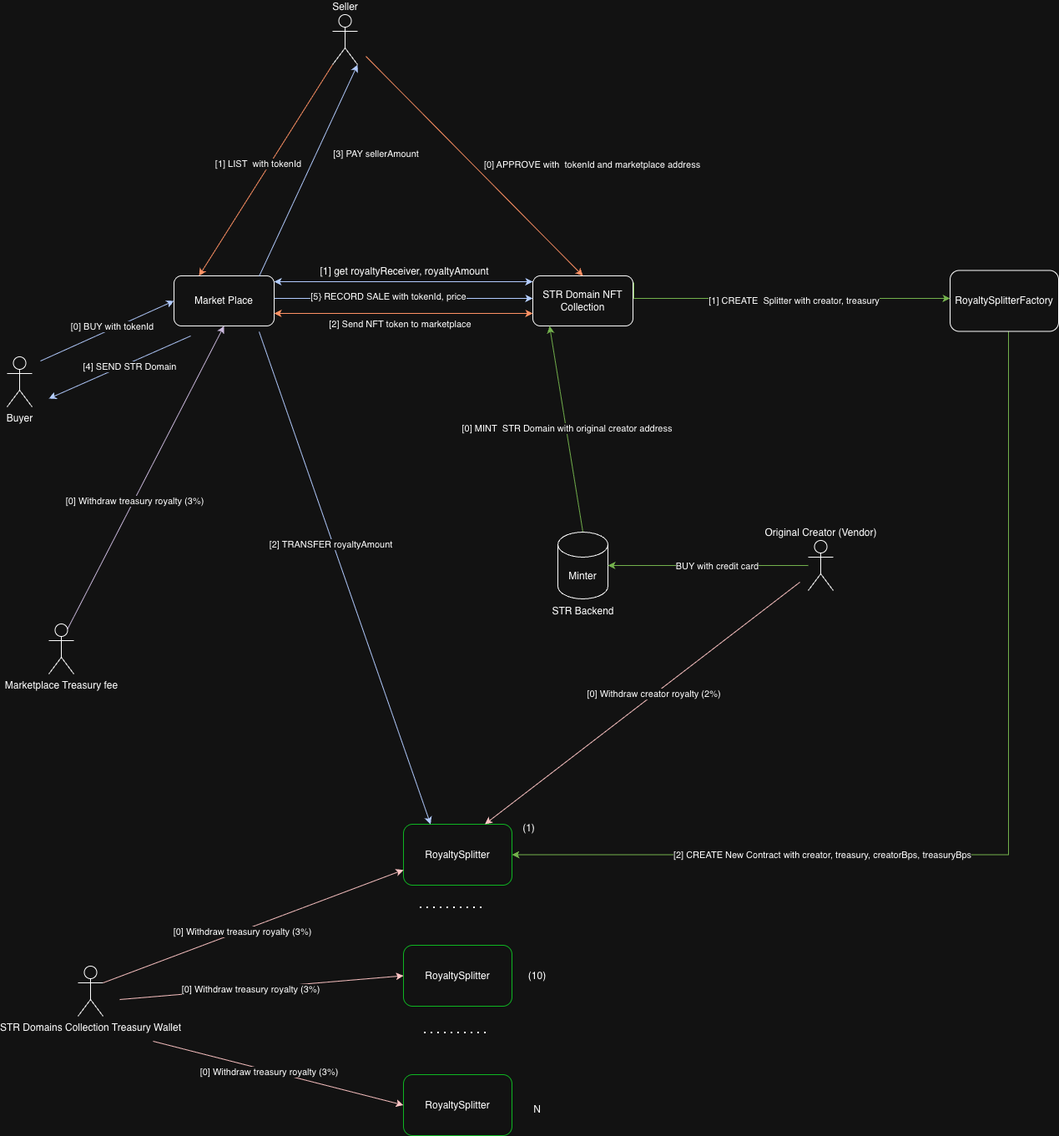
Before: flow.png, a diagram exported from draw.io (Active-Digital/doc-str-contracts). Source tidied: cells renumbered, new cells last; positions are measured from the earlier drawing's top-left corner, leaving out a move shared by most shapes. The source it was exported from:
```xml
<mxGraphModel>
  <root>
    <mxCell id="0" />
    <mxCell id="1" parent="0" />
    <mxCell id="2" style="rounded=0;orthogonalLoop=1;jettySize=auto;html=1;startArrow=classic;startFill=1;exitX=1;exitY=0.25;exitDx=0;exitDy=0;entryX=0;entryY=0.25;entryDx=0;entryDy=0;fillColor=#0050ef;strokeColor=#001DBC;" parent="1" edge="1">
      <mxGeometry relative="1" as="geometry">
        <mxPoint x="320" y="320" as="sourcePoint" />
        <mxPoint x="630" y="320" as="targetPoint" />
      </mxGeometry>
    </mxCell>
    <mxCell id="3" value="&lt;span style=&quot;font-size: 12px;&quot;&gt;[1] get royaltyReceiver, royaltyAmount&lt;/span&gt;" style="edgeLabel;html=1;align=center;verticalAlign=middle;" parent="2" vertex="1">
      <mxGeometry x="0.01" y="3" relative="1" as="geometry">
        <mxPoint x="-2" y="-10" as="offset" />
      </mxGeometry>
    </mxCell>
    <mxCell id="4" value="Market Place" style="rounded=1;whiteSpace=wrap;html=1;" parent="1" vertex="1">
      <mxGeometry x="200" y="313" width="120" height="60" as="geometry" />
    </mxCell>
    <mxCell id="5" value="STR Domain NFT Collection" style="rounded=1;whiteSpace=wrap;html=1;" parent="1" vertex="1">
      <mxGeometry x="630" y="313" width="120" height="60" as="geometry" />
    </mxCell>
    <mxCell id="6" style="endArrow=classic;html=1;rounded=0;entryX=0;entryY=0.5;entryDx=0;entryDy=0;fillColor=#0050ef;strokeColor=#001DBC;" parent="1" edge="1" target="4">
      <mxGeometry relative="1" as="geometry">
        <mxPoint x="40" y="415" as="sourcePoint" />
      </mxGeometry>
    </mxCell>
    <mxCell id="7" value="[0] BUY with tokenId" style="edgeLabel;html=1;align=center;verticalAlign=middle;" parent="6" vertex="1">
      <mxGeometry x="0.08" y="3" relative="1" as="geometry" />
    </mxCell>
    <mxCell id="8" value="Buyer" style="shape=umlActor;verticalLabelPosition=bottom;verticalAlign=top;html=1;" parent="1" vertex="1">
      <mxGeometry y="410" width="30" height="60" as="geometry" />
    </mxCell>
    <mxCell id="9" value="Seller" style="shape=umlActor;verticalLabelPosition=top;verticalAlign=bottom;html=1;outlineConnect=0;labelPosition=center;align=center;" parent="1" vertex="1">
      <mxGeometry x="390" width="30" height="60" as="geometry" />
    </mxCell>
    <mxCell id="10" style="endArrow=classic;html=1;rounded=0;fillColor=#0050ef;strokeColor=#001DBC;" parent="1" edge="1">
      <mxGeometry relative="1" as="geometry">
        <mxPoint x="220" y="385" as="sourcePoint" />
        <mxPoint x="50" y="460" as="targetPoint" />
      </mxGeometry>
    </mxCell>
    <mxCell id="11" value="[4] SEND STR Domain" style="edgeLabel;html=1;align=center;verticalAlign=middle;" parent="10" vertex="1">
      <mxGeometry x="-0.11" y="4" relative="1" as="geometry" />
    </mxCell>
    <mxCell id="12" style="endArrow=classic;html=1;rounded=0;entryX=0;entryY=0.75;entryDx=0;entryDy=0;exitX=1;exitY=0.75;exitDx=0;exitDy=0;fillColor=#0050ef;strokeColor=#001DBC;" parent="1" edge="1">
      <mxGeometry relative="1" as="geometry">
        <mxPoint x="320" y="340" as="sourcePoint" />
        <mxPoint x="630" y="340" as="targetPoint" />
      </mxGeometry>
    </mxCell>
    <mxCell id="13" value="[5} RECORD SALE with tokenId, price" style="edgeLabel;html=1;align=center;verticalAlign=middle;" parent="12" vertex="1">
      <mxGeometry x="-0.13" y="3" relative="1" as="geometry" />
    </mxCell>
    <mxCell id="14" style="edgeStyle=orthogonalEdgeStyle;rounded=0;jettySize=auto;html=1;fillColor=#60a917;strokeColor=#2D7600;entryX=1;entryY=0.5;entryDx=0;entryDy=0;" parent="1" edge="1" source="16" target="17">
      <mxGeometry relative="1" as="geometry">
        <Array as="points">
          <mxPoint x="1200" y="1006" />
        </Array>
      </mxGeometry>
    </mxCell>
    <mxCell id="15" value="[2] CREATE New Contract with creator, treasury, creatorBps, treasuryBps" style="edgeLabel;html=1;align=center;verticalAlign=middle;" parent="14" vertex="1">
      <mxGeometry x="0.16" y="5" relative="1" as="geometry">
        <mxPoint x="-142" y="-5" as="offset" />
      </mxGeometry>
    </mxCell>
    <mxCell id="16" value="RoyaltySplitterFactory" style="rounded=1;whiteSpace=wrap;html=1;" parent="1" vertex="1">
      <mxGeometry x="1130" y="306.5" width="130" height="73" as="geometry" />
    </mxCell>
    <mxCell id="17" value="RoyaltySplitter" style="rounded=1;whiteSpace=wrap;html=1;strokeColor=light-dark(#000000,#0EB622);" parent="1" vertex="1">
      <mxGeometry x="475" y="970" width="130" height="73" as="geometry" />
    </mxCell>
    <mxCell id="18" value="RoyaltySplitter" style="rounded=1;whiteSpace=wrap;html=1;strokeColor=light-dark(#000000,#0EB622);" parent="1" vertex="1">
      <mxGeometry x="475" y="1270" width="130" height="73" as="geometry" />
    </mxCell>
    <mxCell id="19" value="RoyaltySplitter" style="rounded=1;whiteSpace=wrap;html=1;strokeColor=light-dark(#000000,#0EB622);" parent="1" vertex="1">
      <mxGeometry x="475" y="1115" width="130" height="73" as="geometry" />
    </mxCell>
    <mxCell id="20" style="endArrow=none;dashed=1;html=1;dashPattern=1 3;strokeWidth=2;rounded=0;" parent="1" edge="1">
      <mxGeometry relative="1" as="geometry">
        <mxPoint x="495" y="1070" as="sourcePoint" />
        <mxPoint x="575" y="1070" as="targetPoint" />
      </mxGeometry>
    </mxCell>
    <mxCell id="21" style="endArrow=none;dashed=1;html=1;dashPattern=1 3;strokeWidth=2;rounded=0;" parent="1" edge="1">
      <mxGeometry relative="1" as="geometry">
        <mxPoint x="500" y="1220" as="sourcePoint" />
        <mxPoint x="580" y="1220" as="targetPoint" />
      </mxGeometry>
    </mxCell>
    <mxCell id="22" value="(1)" style="text;html=1;align=center;verticalAlign=middle;strokeColor=none;fillColor=none;" parent="1" vertex="1">
      <mxGeometry x="605" y="960" width="40" height="30" as="geometry" />
    </mxCell>
    <mxCell id="23" value="(10)" style="text;html=1;align=center;verticalAlign=middle;strokeColor=none;fillColor=none;" parent="1" vertex="1">
      <mxGeometry x="615" y="1136.5" width="40" height="30" as="geometry" />
    </mxCell>
    <mxCell id="24" value="N" style="text;html=1;align=center;verticalAlign=middle;strokeColor=none;fillColor=none;" parent="1" vertex="1">
      <mxGeometry x="620" y="1296.5" width="30" height="30" as="geometry" />
    </mxCell>
    <mxCell id="25" style="edgeStyle=orthogonalEdgeStyle;rounded=0;jettySize=auto;html=1;exitX=1.008;exitY=0.133;exitDx=0;exitDy=0;exitPerimeter=0;fillColor=#60a917;strokeColor=#2D7600;" parent="1" edge="1" source="5" target="16">
      <mxGeometry relative="1" as="geometry">
        <Array as="points">
          <mxPoint x="751" y="340" />
        </Array>
      </mxGeometry>
    </mxCell>
    <mxCell id="26" value="[1] CREATE&amp;nbsp; Splitter with creator, treasury" style="edgeLabel;html=1;align=center;verticalAlign=middle;" parent="25" vertex="1">
      <mxGeometry x="0.06" y="-2" relative="1" as="geometry" />
    </mxCell>
    <mxCell id="27" style="endArrow=classic;html=1;rounded=0;fillColor=#a20025;strokeColor=#6F0000;entryX=0.75;entryY=0;entryDx=0;entryDy=0;" parent="1" edge="1" target="17">
      <mxGeometry relative="1" as="geometry">
        <mxPoint x="950" y="680" as="sourcePoint" />
      </mxGeometry>
    </mxCell>
    <mxCell id="28" value="[0] Withdraw creator royalty (2%)" style="edgeLabel;html=1;align=center;verticalAlign=middle;" parent="27" vertex="1">
      <mxGeometry x="-0.08" y="-1" relative="1" as="geometry" />
    </mxCell>
    <mxCell id="29" style="endArrow=classic;html=1;rounded=0;entryX=0.167;entryY=1;entryDx=0;entryDy=0;fillColor=#60a917;strokeColor=#2D7600;entryPerimeter=0;exitX=0.5;exitY=0;exitDx=0;exitDy=0;exitPerimeter=0;" parent="1" edge="1" source="41" target="5">
      <mxGeometry relative="1" as="geometry" />
    </mxCell>
    <mxCell id="30" value="[0] MINT&amp;nbsp; STR Domain with original creator address" style="edgeLabel;html=1;align=center;verticalAlign=middle;" parent="29" vertex="1">
      <mxGeometry x="0.01" relative="1" as="geometry">
        <mxPoint x="1" as="offset" />
      </mxGeometry>
    </mxCell>
    <mxCell id="31" value="STR Domains Collection Treasury Wallet" style="shape=umlActor;verticalLabelPosition=bottom;verticalAlign=top;html=1;outlineConnect=0;" parent="1" vertex="1">
      <mxGeometry x="85" y="1140" width="30" height="60" as="geometry" />
    </mxCell>
    <mxCell id="32" style="endArrow=classic;html=1;rounded=0;entryX=0.25;entryY=0;entryDx=0;entryDy=0;fillColor=#0050ef;strokeColor=#001DBC;" parent="1" edge="1" target="17">
      <mxGeometry relative="1" as="geometry">
        <mxPoint x="302" y="380" as="sourcePoint" />
      </mxGeometry>
    </mxCell>
    <mxCell id="33" value="[2] TRANSFER royaltyAmount" style="edgeLabel;html=1;align=center;verticalAlign=middle;" parent="32" vertex="1">
      <mxGeometry x="-0.14" y="-3" relative="1" as="geometry">
        <mxPoint y="-1" as="offset" />
      </mxGeometry>
    </mxCell>
    <mxCell id="34" style="endArrow=classic;html=1;rounded=0;fillColor=#a20025;strokeColor=#6F0000;exitX=1;exitY=0.3333333333333333;exitDx=0;exitDy=0;exitPerimeter=0;entryX=0;entryY=0.75;entryDx=0;entryDy=0;" parent="1" edge="1" source="31" target="17">
      <mxGeometry relative="1" as="geometry" />
    </mxCell>
    <mxCell id="35" value="[0] Withdraw treasury royalty (3%)" style="edgeLabel;html=1;align=center;verticalAlign=middle;" parent="34" vertex="1">
      <mxGeometry x="-0.08" y="-1" relative="1" as="geometry" />
    </mxCell>
    <mxCell id="36" style="endArrow=classic;html=1;rounded=0;fillColor=#a20025;strokeColor=#6F0000;entryX=0;entryY=0.5;entryDx=0;entryDy=0;" parent="1" edge="1" target="19">
      <mxGeometry relative="1" as="geometry">
        <mxPoint x="135" y="1180" as="sourcePoint" />
      </mxGeometry>
    </mxCell>
    <mxCell id="37" value="[0] Withdraw treasury royalty (3%)" style="edgeLabel;html=1;align=center;verticalAlign=middle;" parent="36" vertex="1">
      <mxGeometry x="-0.08" y="-1" relative="1" as="geometry" />
    </mxCell>
    <mxCell id="38" style="endArrow=classic;html=1;rounded=0;fillColor=#a20025;strokeColor=#6F0000;entryX=0;entryY=0.5;entryDx=0;entryDy=0;" parent="1" edge="1" target="18">
      <mxGeometry relative="1" as="geometry">
        <mxPoint x="175" y="1230" as="sourcePoint" />
      </mxGeometry>
    </mxCell>
    <mxCell id="39" value="[0] Withdraw treasury royalty (3%)" style="edgeLabel;html=1;align=center;verticalAlign=middle;" parent="38" vertex="1">
      <mxGeometry x="-0.08" y="-1" relative="1" as="geometry" />
    </mxCell>
    <mxCell id="40" value="Original Creator (Vendor)" style="shape=umlActor;verticalLabelPosition=top;verticalAlign=bottom;html=1;outlineConnect=0;labelPosition=center;align=center;" parent="1" vertex="1">
      <mxGeometry x="960" y="630" width="30" height="60" as="geometry" />
    </mxCell>
    <mxCell id="41" value="Minter" style="shape=cylinder3;whiteSpace=wrap;html=1;boundedLbl=1;backgroundOutline=1;size=15;" parent="1" vertex="1">
      <mxGeometry x="660" y="620" width="60" height="80" as="geometry" />
    </mxCell>
    <mxCell id="42" value="STR Backend" style="text;html=1;align=center;verticalAlign=middle;strokeColor=none;fillColor=none;" parent="1" vertex="1">
      <mxGeometry x="640" y="700" width="100" height="30" as="geometry" />
    </mxCell>
    <mxCell id="43" style="edgeStyle=orthogonalEdgeStyle;rounded=0;jettySize=auto;html=1;entryX=1;entryY=0.5;entryDx=0;entryDy=0;entryPerimeter=0;fillColor=#60a917;strokeColor=#2D7600;" parent="1" edge="1" source="40" target="41">
      <mxGeometry relative="1" as="geometry" />
    </mxCell>
    <mxCell id="44" value="BUY with credit card" style="edgeLabel;html=1;align=center;verticalAlign=middle;" parent="43" vertex="1">
      <mxGeometry x="-0.08" y="-4" relative="1" as="geometry">
        <mxPoint y="4" as="offset" />
      </mxGeometry>
    </mxCell>
    <mxCell id="45" style="endArrow=classic;html=1;rounded=0;exitX=0.85;exitY=0.009;exitDx=0;exitDy=0;exitPerimeter=0;entryX=1;entryY=1;entryDx=0;entryDy=0;entryPerimeter=0;fillColor=#0050ef;strokeColor=#001DBC;" parent="1" edge="1" source="4" target="9">
      <mxGeometry relative="1" as="geometry" />
    </mxCell>
    <mxCell id="46" value="[3] PAY sellerAmount" style="edgeLabel;html=1;align=center;verticalAlign=middle;" parent="45" vertex="1">
      <mxGeometry x="0.39" y="1" relative="1" as="geometry">
        <mxPoint x="58" y="30" as="offset" />
      </mxGeometry>
    </mxCell>
    <mxCell id="47" style="endArrow=classic;html=1;rounded=0;exitX=0;exitY=1;exitDx=0;exitDy=0;exitPerimeter=0;entryX=0.25;entryY=0;entryDx=0;entryDy=0;fillColor=#fa6800;strokeColor=#C73500;" parent="1" edge="1" source="9" target="4">
      <mxGeometry relative="1" as="geometry" />
    </mxCell>
    <mxCell id="48" value="[1] LIST&amp;nbsp; with tokenId" style="edgeLabel;html=1;align=center;verticalAlign=middle;" parent="47" vertex="1">
      <mxGeometry x="-0.07" relative="1" as="geometry">
        <mxPoint x="-15" as="offset" />
      </mxGeometry>
    </mxCell>
    <mxCell id="49" style="endArrow=classic;html=1;rounded=0;entryX=0.5;entryY=0;entryDx=0;entryDy=0;fillColor=#fa6800;strokeColor=#C73500;" parent="1" edge="1" target="5">
      <mxGeometry relative="1" as="geometry">
        <mxPoint x="430" y="50" as="sourcePoint" />
      </mxGeometry>
    </mxCell>
    <mxCell id="50" value="[0] APPROVE with&amp;nbsp; tokenId and marketplace address" style="edgeLabel;html=1;align=center;verticalAlign=middle;" parent="49" vertex="1">
      <mxGeometry x="0.08" y="1" relative="1" as="geometry">
        <mxPoint x="129" y="-12" as="offset" />
      </mxGeometry>
    </mxCell>
    <mxCell id="51" value="Marketplace Treasury fee" style="shape=umlActor;verticalLabelPosition=bottom;verticalAlign=top;html=1;outlineConnect=0;" parent="1" vertex="1">
      <mxGeometry x="50" y="730" width="30" height="60" as="geometry" />
    </mxCell>
    <mxCell id="52" style="endArrow=classic;html=1;rounded=0;exitX=0.75;exitY=0.1;exitDx=0;exitDy=0;exitPerimeter=0;entryX=0.5;entryY=1;entryDx=0;entryDy=0;fillColor=#76608a;strokeColor=#432D57;" parent="1" edge="1" source="51" target="4">
      <mxGeometry relative="1" as="geometry" />
    </mxCell>
    <mxCell id="53" value="[0] Withdraw treasury royalty (3%)" style="edgeLabel;html=1;align=center;verticalAlign=middle;" parent="52" vertex="1">
      <mxGeometry x="-0.15" relative="1" as="geometry">
        <mxPoint y="1" as="offset" />
      </mxGeometry>
    </mxCell>
    <mxCell id="54" style="endArrow=classic;startArrow=classic;html=1;rounded=0;exitX=1;exitY=0.75;exitDx=0;exitDy=0;entryX=0;entryY=0.75;entryDx=0;entryDy=0;fillColor=#fa6800;strokeColor=#C73500;" parent="1" edge="1" source="4" target="5">
      <mxGeometry relative="1" as="geometry" />
    </mxCell>
    <mxCell id="55" value="[2] Send NFT token to marketplace" style="edgeLabel;html=1;align=center;verticalAlign=middle;" parent="54" vertex="1">
      <mxGeometry x="0.14" y="1" relative="1" as="geometry">
        <mxPoint x="-26" y="13" as="offset" />
      </mxGeometry>
    </mxCell>
  </root>
</mxGraphModel>
```
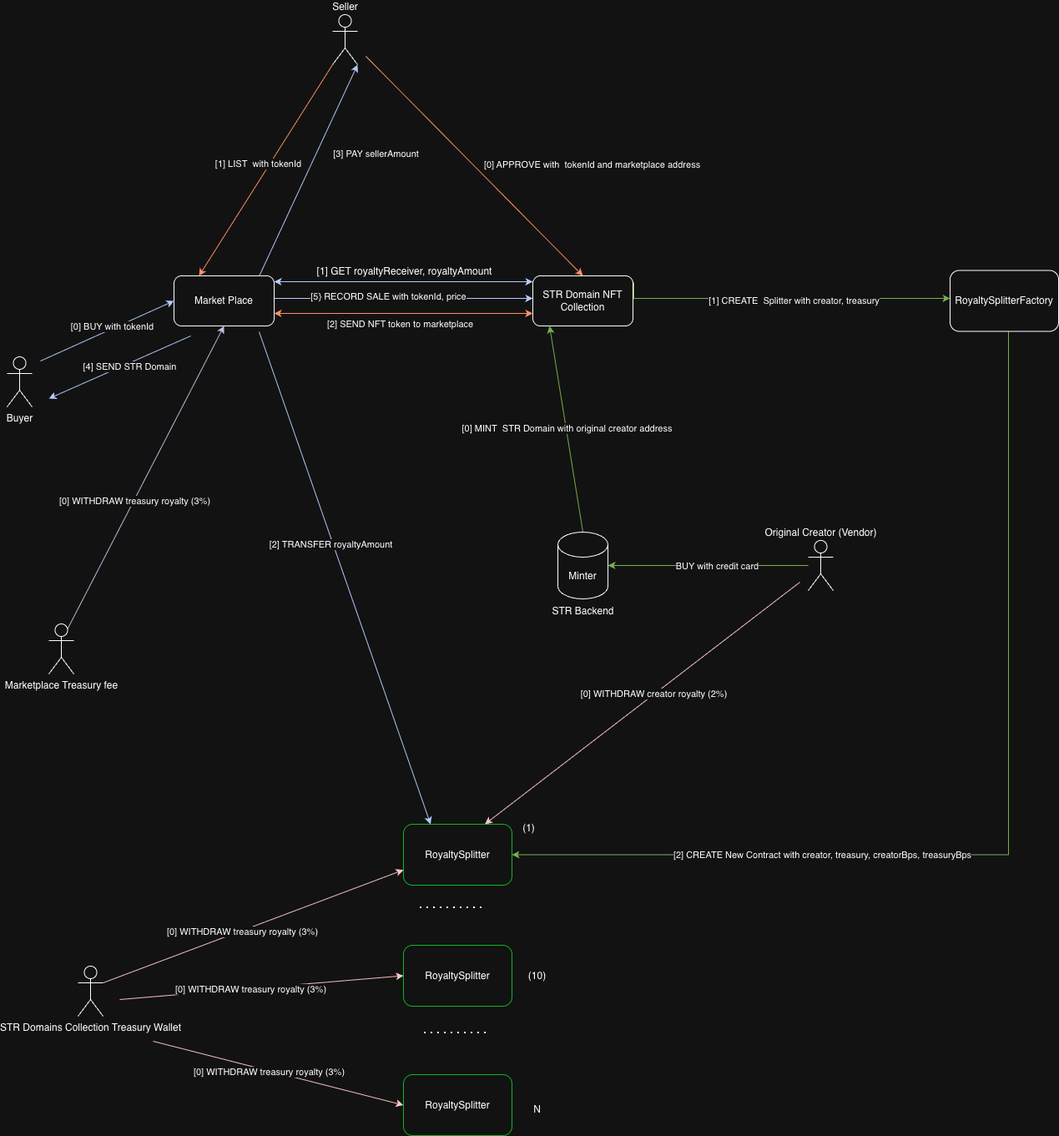
The same diagram one commit later.

Diff of the diagram source:
```diff
@@ -8,7 +8,7 @@
         <mxPoint x="630" y="320" as="targetPoint" />
       </mxGeometry>
     </mxCell>
-    <mxCell id="3" value="&lt;span style=&quot;font-size: 12px;&quot;&gt;[1] get royaltyReceiver, royaltyAmount&lt;/span&gt;" style="edgeLabel;html=1;align=center;verticalAlign=middle;" parent="2" vertex="1">
+    <mxCell id="3" value="&lt;span style=&quot;font-size: 12px;&quot;&gt;[1] GET royaltyReceiver, royaltyAmount&lt;/span&gt;" style="edgeLabel;html=1;align=center;verticalAlign=middle;" parent="2" vertex="1">
       <mxGeometry x="0.01" y="3" relative="1" as="geometry">
         <mxPoint x="-2" y="-10" as="offset" />
       </mxGeometry>
@@ -111,7 +111,7 @@
         <mxPoint x="950" y="680" as="sourcePoint" />
       </mxGeometry>
     </mxCell>
-    <mxCell id="28" value="[0] Withdraw creator royalty (2%)" style="edgeLabel;html=1;align=center;verticalAlign=middle;" parent="27" vertex="1">
+    <mxCell id="28" value="[0] WITHDRAW&amp;nbsp;creator royalty (2%)" style="edgeLabel;html=1;align=center;verticalAlign=middle;" parent="27" vertex="1">
       <mxGeometry x="-0.08" y="-1" relative="1" as="geometry" />
     </mxCell>
     <mxCell id="29" style="endArrow=classic;html=1;rounded=0;entryX=0.167;entryY=1;entryDx=0;entryDy=0;fillColor=#60a917;strokeColor=#2D7600;entryPerimeter=0;exitX=0.5;exitY=0;exitDx=0;exitDy=0;exitPerimeter=0;" parent="1" edge="1" source="41" target="5">
@@ -138,7 +138,7 @@
     <mxCell id="34" style="endArrow=classic;html=1;rounded=0;fillColor=#a20025;strokeColor=#6F0000;exitX=1;exitY=0.3333333333333333;exitDx=0;exitDy=0;exitPerimeter=0;entryX=0;entryY=0.75;entryDx=0;entryDy=0;" parent="1" edge="1" source="31" target="17">
       <mxGeometry relative="1" as="geometry" />
     </mxCell>
-    <mxCell id="35" value="[0] Withdraw treasury royalty (3%)" style="edgeLabel;html=1;align=center;verticalAlign=middle;" parent="34" vertex="1">
+    <mxCell id="35" value="[0] WITHDRAW&amp;nbsp;treasury royalty (3%)" style="edgeLabel;html=1;align=center;verticalAlign=middle;" parent="34" vertex="1">
       <mxGeometry x="-0.08" y="-1" relative="1" as="geometry" />
     </mxCell>
     <mxCell id="36" style="endArrow=classic;html=1;rounded=0;fillColor=#a20025;strokeColor=#6F0000;entryX=0;entryY=0.5;entryDx=0;entryDy=0;" parent="1" edge="1" target="19">
@@ -146,7 +146,7 @@
         <mxPoint x="135" y="1180" as="sourcePoint" />
       </mxGeometry>
     </mxCell>
-    <mxCell id="37" value="[0] Withdraw treasury royalty (3%)" style="edgeLabel;html=1;align=center;verticalAlign=middle;" parent="36" vertex="1">
+    <mxCell id="37" value="[0] WITHDRAW&amp;nbsp;treasury royalty (3%)" style="edgeLabel;html=1;align=center;verticalAlign=middle;" parent="36" vertex="1">
       <mxGeometry x="-0.08" y="-1" relative="1" as="geometry" />
     </mxCell>
     <mxCell id="38" style="endArrow=classic;html=1;rounded=0;fillColor=#a20025;strokeColor=#6F0000;entryX=0;entryY=0.5;entryDx=0;entryDy=0;" parent="1" edge="1" target="18">
@@ -154,7 +154,7 @@
         <mxPoint x="175" y="1230" as="sourcePoint" />
       </mxGeometry>
     </mxCell>
-    <mxCell id="39" value="[0] Withdraw treasury royalty (3%)" style="edgeLabel;html=1;align=center;verticalAlign=middle;" parent="38" vertex="1">
+    <mxCell id="39" value="[0] WITHDRAW&amp;nbsp;treasury royalty (3%)" style="edgeLabel;html=1;align=center;verticalAlign=middle;" parent="38" vertex="1">
       <mxGeometry x="-0.08" y="-1" relative="1" as="geometry" />
     </mxCell>
     <mxCell id="40" value="Original Creator (Vendor)" style="shape=umlActor;verticalLabelPosition=top;verticalAlign=bottom;html=1;outlineConnect=0;labelPosition=center;align=center;" parent="1" vertex="1">
@@ -206,7 +206,7 @@
     <mxCell id="52" style="endArrow=classic;html=1;rounded=0;exitX=0.75;exitY=0.1;exitDx=0;exitDy=0;exitPerimeter=0;entryX=0.5;entryY=1;entryDx=0;entryDy=0;fillColor=#76608a;strokeColor=#432D57;" parent="1" edge="1" source="51" target="4">
       <mxGeometry relative="1" as="geometry" />
     </mxCell>
-    <mxCell id="53" value="[0] Withdraw treasury royalty (3%)" style="edgeLabel;html=1;align=center;verticalAlign=middle;" parent="52" vertex="1">
+    <mxCell id="53" value="[0] WITHDRAW treasury royalty (3%)" style="edgeLabel;html=1;align=center;verticalAlign=middle;" parent="52" vertex="1">
       <mxGeometry x="-0.15" relative="1" as="geometry">
         <mxPoint y="1" as="offset" />
       </mxGeometry>
@@ -214,7 +214,7 @@
     <mxCell id="54" style="endArrow=classic;startArrow=classic;html=1;rounded=0;exitX=1;exitY=0.75;exitDx=0;exitDy=0;entryX=0;entryY=0.75;entryDx=0;entryDy=0;fillColor=#fa6800;strokeColor=#C73500;" parent="1" edge="1" source="4" target="5">
       <mxGeometry relative="1" as="geometry" />
     </mxCell>
-    <mxCell id="55" value="[2] Send NFT token to marketplace" style="edgeLabel;html=1;align=center;verticalAlign=middle;" parent="54" vertex="1">
+    <mxCell id="55" value="[2] SEND NFT token to marketplace" style="edgeLabel;html=1;align=center;verticalAlign=middle;" parent="54" vertex="1">
       <mxGeometry x="0.14" y="1" relative="1" as="geometry">
         <mxPoint x="-26" y="13" as="offset" />
       </mxGeometry>
```
